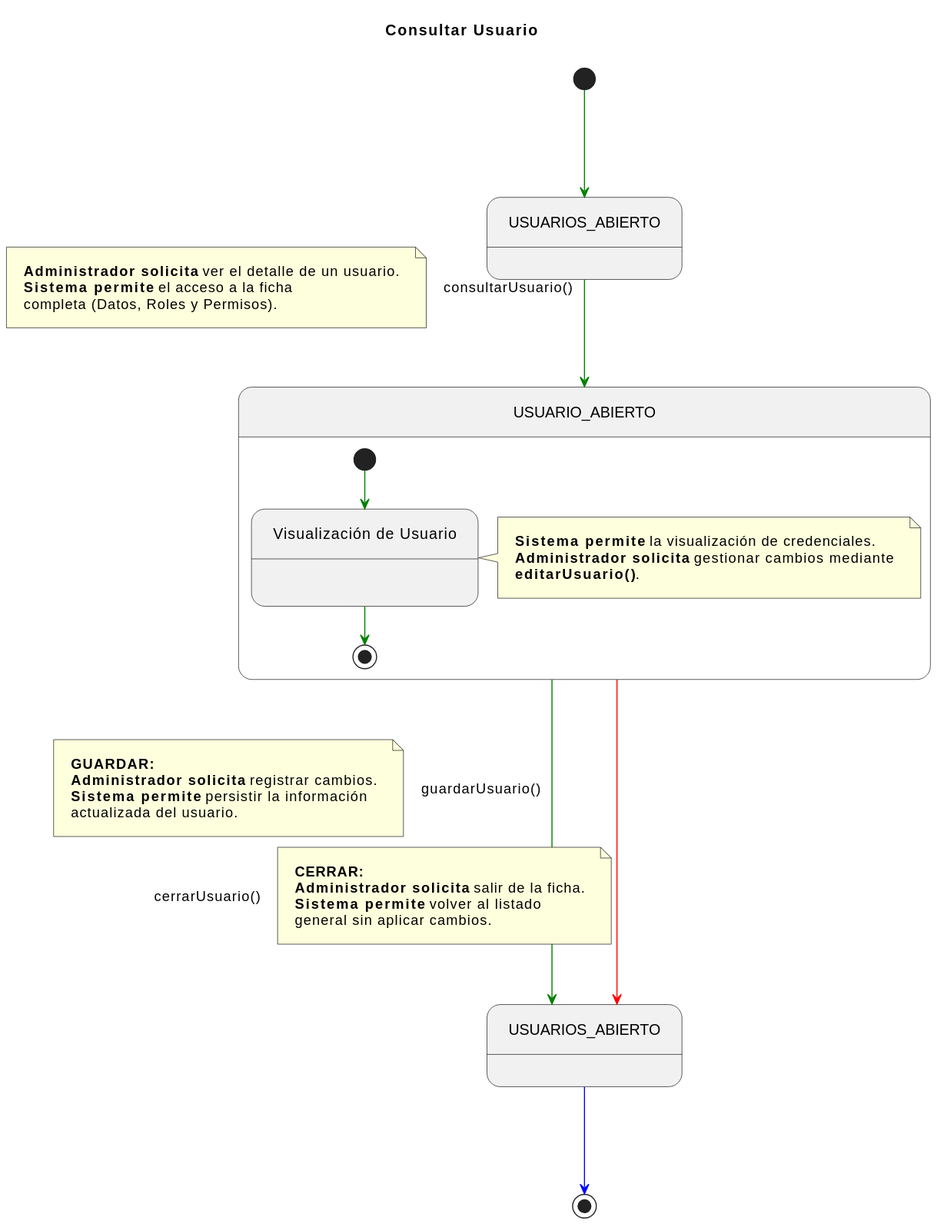
Before: documents/requisitado/02-detalle/Administrador/consultarUsuario.svg, a diagram exported from PlantUML (jerdier/25-26-idsw2-sdVC). Its diagram source:
```plantuml
@startuml
title Consultar Usuario

skinparam nodesep 100
skinparam ranksep 100
skinparam linetype ortho
skinparam Padding 10

state USUARIOS_ABIERTO_INICIAL as "USUARIOS_ABIERTO"
state USUARIO_ABIERTO_COMP    as "USUARIO_ABIERTO"
state USUARIOS_ABIERTO_FINAL   as "USUARIOS_ABIERTO"

[*] -[#green]-> USUARIOS_ABIERTO_INICIAL

USUARIOS_ABIERTO_INICIAL -[#green]-> USUARIO_ABIERTO_COMP : consultarUsuario()
note left on link
    <b>Administrador solicita</b> ver el detalle de un usuario.
    <b>Sistema permite</b> el acceso a la ficha
    completa (Datos, Roles y Permisos).
end note

state USUARIO_ABIERTO_COMP {
    state VisualizacionDatos as "Visualización de Usuario"

    VisualizacionDatos :

    [*] -[#green]-> VisualizacionDatos

    note right of VisualizacionDatos
        <b>Sistema permite</b> la visualización de credenciales.
        <b>Administrador solicita</b> gestionar cambios mediante
        **editarUsuario()**.
    end note

    VisualizacionDatos -[#green]-> [*]
}

USUARIO_ABIERTO_COMP -[#green]---> USUARIOS_ABIERTO_FINAL : guardarUsuario()
note left on link
    <b>GUARDAR:</b>
    <b>Administrador solicita</b> registrar cambios.
    <b>Sistema permite</b> persistir la información
    actualizada del usuario.
end note

USUARIO_ABIERTO_COMP -[#red]---> USUARIOS_ABIERTO_FINAL : cerrarUsuario()
note right on link
    <b>CERRAR:</b>
    <b>Administrador solicita</b> salir de la ficha.
    <b>Sistema permite</b> volver al listado
    general sin aplicar cambios.
end note

USUARIOS_ABIERTO_FINAL -[#blue]-> [*]
@enduml
```
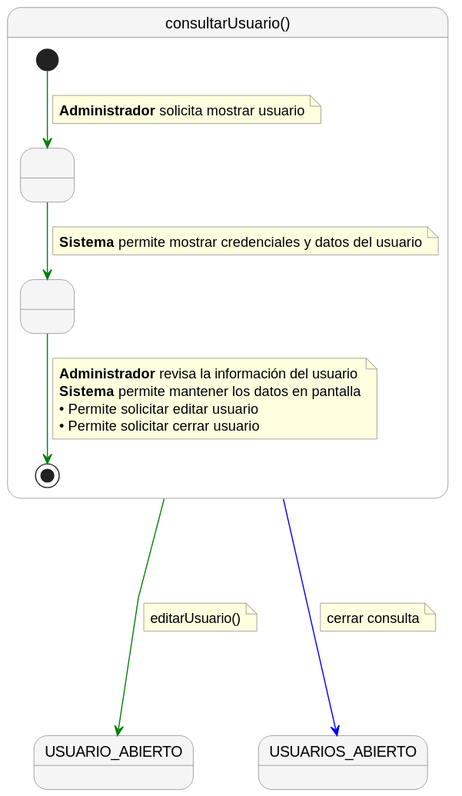
Later version of the same file.

Change to the diagram source:
```diff
@@ -1,55 +1,47 @@
 @startuml
-title Consultar Usuario
+skinparam nodesep 60
+skinparam ranksep 60
+skinparam linetype polyline
+skinparam NoteBackgroundColor lightyellow
+skinparam NoteBorderColor gray
+skinparam StateBackgroundColor #F5F5F5
+skinparam StateBorderColor gray
 
-skinparam nodesep 100
-skinparam ranksep 100
-skinparam linetype ortho
-skinparam Padding 10
+state "consultarUsuario()" as consultarUsuario {
 
-state USUARIOS_ABIERTO_INICIAL as "USUARIOS_ABIERTO"
-state USUARIO_ABIERTO_COMP    as "USUARIO_ABIERTO"
-state USUARIOS_ABIERTO_FINAL   as "USUARIOS_ABIERTO"
+    state " " as Paso1
+    state " " as Paso2
 
-[*] -[#green]-> USUARIOS_ABIERTO_INICIAL
+    [*] -[#green]-> Paso1
+    note on link
+      <b>Administrador</b> solicita mostrar usuario
+    end note
 
-USUARIOS_ABIERTO_INICIAL -[#green]-> USUARIO_ABIERTO_COMP : consultarUsuario()
-note left on link
-    <b>Administrador solicita</b> ver el detalle de un usuario.
-    <b>Sistema permite</b> el acceso a la ficha
-    completa (Datos, Roles y Permisos).
+    Paso1 -[#green]-> Paso2
+    note on link
+      <b>Sistema</b> permite mostrar credenciales y datos del usuario
+    end note
+
+    Paso2 -[#green]-> [*]
+    note on link
+      <b>Administrador</b> revisa la información del usuario
+      <b>Sistema</b> permite mantener los datos en pantalla
+      • Permite solicitar editar usuario
+      • Permite solicitar cerrar usuario
+    end note
+}
+
+
+state "USUARIO_ABIERTO" as USUARIO_ABIERTO
+state "USUARIOS_ABIERTO" as USUARIOS_ABIERTO
+
+consultarUsuario -[#green]---> USUARIO_ABIERTO
+note right on link
+  editarUsuario()
 end note
 
-state USUARIO_ABIERTO_COMP {
-    state VisualizacionDatos as "Visualización de Usuario"
-
-    VisualizacionDatos :
-
-    [*] -[#green]-> VisualizacionDatos
-
-    note right of VisualizacionDatos
-        <b>Sistema permite</b> la visualización de credenciales.
-        <b>Administrador solicita</b> gestionar cambios mediante
-        **editarUsuario()**.
-    end note
-
-    VisualizacionDatos -[#green]-> [*]
-}
-
-USUARIO_ABIERTO_COMP -[#green]---> USUARIOS_ABIERTO_FINAL : guardarUsuario()
-note left on link
-    <b>GUARDAR:</b>
-    <b>Administrador solicita</b> registrar cambios.
-    <b>Sistema permite</b> persistir la información
-    actualizada del usuario.
+consultarUsuario -[#blue]---> USUARIOS_ABIERTO
+note right on link
+  cerrar consulta
 end note
-
-USUARIO_ABIERTO_COMP -[#red]---> USUARIOS_ABIERTO_FINAL : cerrarUsuario()
-note right on link
-    <b>CERRAR:</b>
-    <b>Administrador solicita</b> salir de la ficha.
-    <b>Sistema permite</b> volver al listado
-    general sin aplicar cambios.
-end note
-
-USUARIOS_ABIERTO_FINAL -[#blue]-> [*]
 @enduml
```
